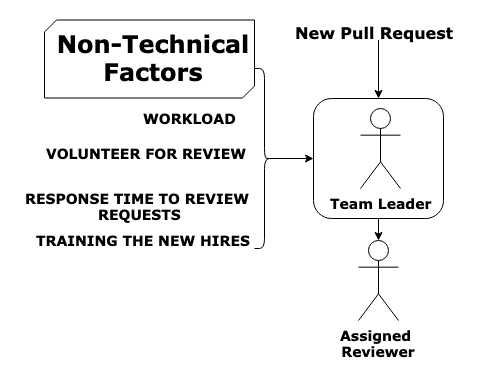
Before: img/real-life.png, a diagram exported from draw.io (emredogan7/esem2019-paper-presentation). Source tidied: cells renumbered, new cells last; positions are measured from the earlier drawing's top-left corner, leaving out a move shared by most shapes.
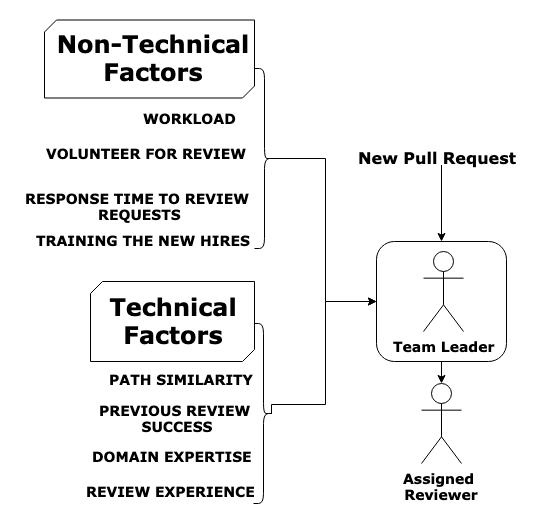
Later version of the same file.

Diff of the diagram source:
```diff
@@ -6,7 +6,7 @@
       <mxGeometry relative="1" as="geometry" />
     </mxCell>
     <mxCell id="3" style="rounded=1;whiteSpace=wrap;html=1;" parent="1" vertex="1">
-      <mxGeometry x="294" y="79" width="130" height="120" as="geometry" />
+      <mxGeometry x="357" y="222" width="130" height="120" as="geometry" />
     </mxCell>
     <mxCell id="4" value="&lt;font face=&quot;Verdana&quot;&gt;&lt;span style=&quot;font-size: 14px&quot;&gt;&lt;b&gt;VOLUNTEER FOR REVIEW&lt;/b&gt;&lt;/span&gt;&lt;/font&gt;" style="text;html=1;align=left;verticalAlign=top;spacingTop=-4;" parent="1" vertex="1">
       <mxGeometry x="25" y="124" width="220" height="20" as="geometry" />
@@ -36,13 +36,42 @@
       <mxGeometry relative="1" as="geometry" />
     </mxCell>
     <mxCell id="13" value="&lt;font face=&quot;Verdana&quot; style=&quot;font-size: 16px&quot;&gt;&lt;b&gt;New Pull Request&lt;/b&gt;&lt;/font&gt;" style="text;html=1;points=[];align=left;verticalAlign=top;spacingTop=-4;" parent="1" vertex="1">
-      <mxGeometry x="274" y="0.5" width="170" height="20" as="geometry" />
+      <mxGeometry x="337" y="125.5" width="170" height="20" as="geometry" />
     </mxCell>
     <mxCell id="14" value="&lt;font face=&quot;Verdana&quot;&gt;&lt;span style=&quot;font-size: 14px&quot;&gt;&lt;b&gt;Team Leader&lt;/b&gt;&lt;/span&gt;&lt;/font&gt;" style="shape=umlActor;verticalLabelPosition=bottom;labelBackgroundColor=#ffffff;verticalAlign=top;html=1;" parent="1" vertex="1">
-      <mxGeometry x="341" y="89" width="40" height="80" as="geometry" />
+      <mxGeometry x="404" y="232" width="40" height="80" as="geometry" />
     </mxCell>
     <mxCell id="15" value="&lt;font style=&quot;font-size: 14px&quot; face=&quot;Verdana&quot;&gt;&lt;b&gt;Assigned&amp;nbsp;&lt;br&gt;Reviewer&lt;/b&gt;&lt;/font&gt;" style="shape=umlActor;verticalLabelPosition=bottom;labelBackgroundColor=#ffffff;verticalAlign=top;html=1;outlineConnect=0;" parent="1" vertex="1">
-      <mxGeometry x="339" y="221" width="40" height="80" as="geometry" />
+      <mxGeometry x="402" y="364" width="40" height="80" as="geometry" />
     </mxCell>
+    <mxCell id="16" style="edgeStyle=orthogonalEdgeStyle;rounded=0;jettySize=auto;html=1;exitX=0.1;exitY=0.5;exitDx=0;exitDy=0;exitPerimeter=0;entryX=0;entryY=0.5;entryDx=0;entryDy=0;" parent="1" edge="1" source="17" target="3">
+      <mxGeometry relative="1" as="geometry">
+        <Array as="points">
+          <mxPoint x="306" y="385" />
+          <mxPoint x="306" y="282" />
+        </Array>
+      </mxGeometry>
+    </mxCell>
+    <mxCell id="17" style="shape=curlyBracket;whiteSpace=wrap;html=1;rounded=1;rotation=180;" parent="1" vertex="1">
+      <mxGeometry x="234" y="304" width="20" height="180" as="geometry" />
+    </mxCell>
+    <mxCell id="18" value="&lt;font face=&quot;Verdana&quot; style=&quot;font-size: 14px&quot;&gt;&lt;b&gt;PATH SIMILARITY&lt;/b&gt;&lt;/font&gt;" style="text;html=1;align=left;verticalAlign=top;spacingTop=-4;" parent="1" vertex="1">
+      <mxGeometry x="88" y="350" width="160" height="20" as="geometry" />
+    </mxCell>
+    <mxCell id="19" value="&lt;font face=&quot;Verdana&quot; style=&quot;font-size: 14px&quot;&gt;&lt;b&gt;PREVIOUS REVIEW&lt;br&gt;&amp;nbsp;SUCCESS&lt;/b&gt;&lt;/font&gt;" style="text;html=1;align=center;verticalAlign=top;spacingTop=-4;" parent="1" vertex="1">
+      <mxGeometry x="70" y="381" width="170" height="30" as="geometry" />
+    </mxCell>
+    <mxCell id="20" value="&lt;b&gt;&lt;font face=&quot;Verdana&quot; style=&quot;font-size: 14px&quot;&gt;DOMAIN EXPERTISE&lt;/font&gt;&lt;/b&gt;" style="text;html=1;align=center;verticalAlign=top;spacingTop=-4;" parent="1" vertex="1">
+      <mxGeometry x="63" y="426.5" width="180" height="20" as="geometry" />
+    </mxCell>
+    <mxCell id="21" value="&lt;b&gt;&lt;font face=&quot;Verdana&quot; style=&quot;font-size: 14px&quot;&gt;REVIEW EXPERIENCE&lt;/font&gt;&lt;/b&gt;" style="text;html=1;align=left;verticalAlign=top;spacingTop=-4;" parent="1" vertex="1">
+      <mxGeometry x="65" y="462" width="180" height="20" as="geometry" />
+    </mxCell>
+    <mxCell id="22" style="verticalLabelPosition=bottom;verticalAlign=top;html=1;shape=mxgraph.basic.diag_snip_rect;dx=6;" parent="1" vertex="1">
+      <mxGeometry x="71" y="262" width="164" height="80" as="geometry" />
+    </mxCell>
+    <mxCell id="23" value="&lt;font face=&quot;Verdana&quot;&gt;&lt;span style=&quot;font-size: 24px&quot;&gt;&lt;b&gt;Technical Factors&lt;/b&gt;&lt;/span&gt;&lt;/font&gt;" style="text;html=1;strokeColor=none;fillColor=none;align=center;verticalAlign=middle;whiteSpace=wrap;rounded=0;" parent="1" vertex="1">
+      <mxGeometry x="89" y="281" width="130" height="40" as="geometry" />
+    </mxCell>
   </root>
 </mxGraphModel>
```
